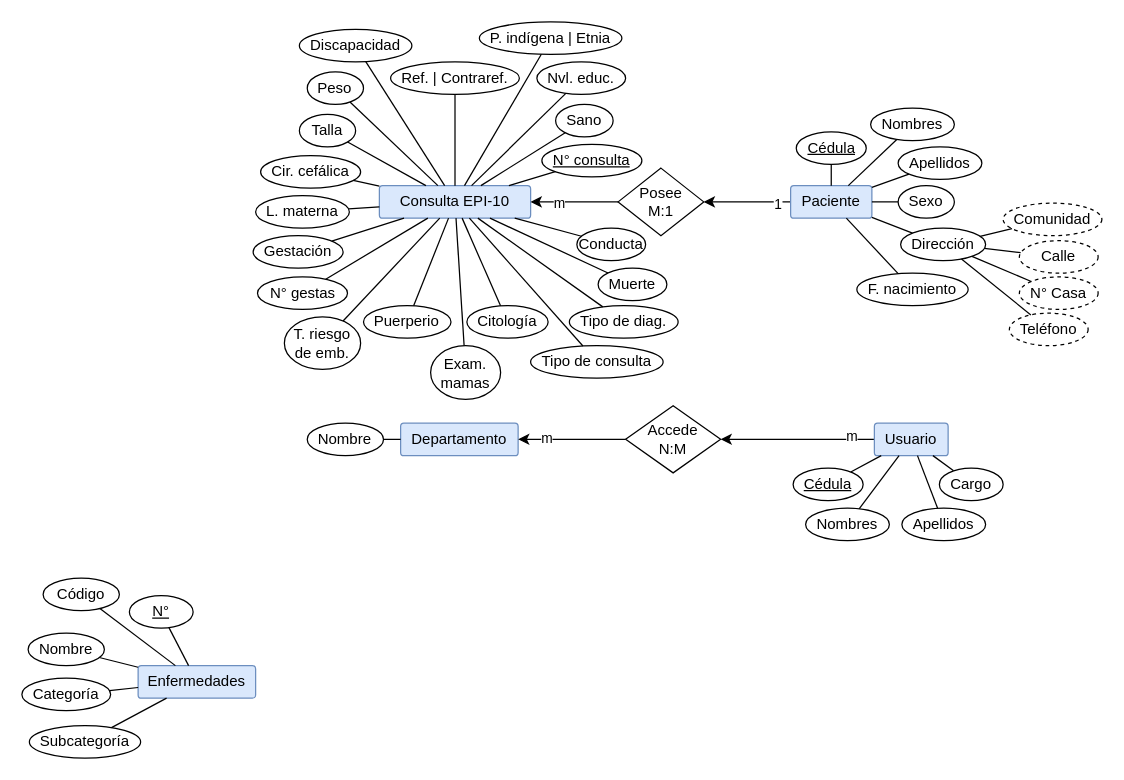
This is docs/Diagramas.drawio from fadrian06/haju, a draw.io file, before an edit. Source tidied: cells renumbered, new cells numbered last; positions are measured from the earlier drawing's top-left corner, leaving out a move shared by most shapes. Both pictures are drawn from the tidied source at 125%, with x=0, y=0 at pixel (21, 21).
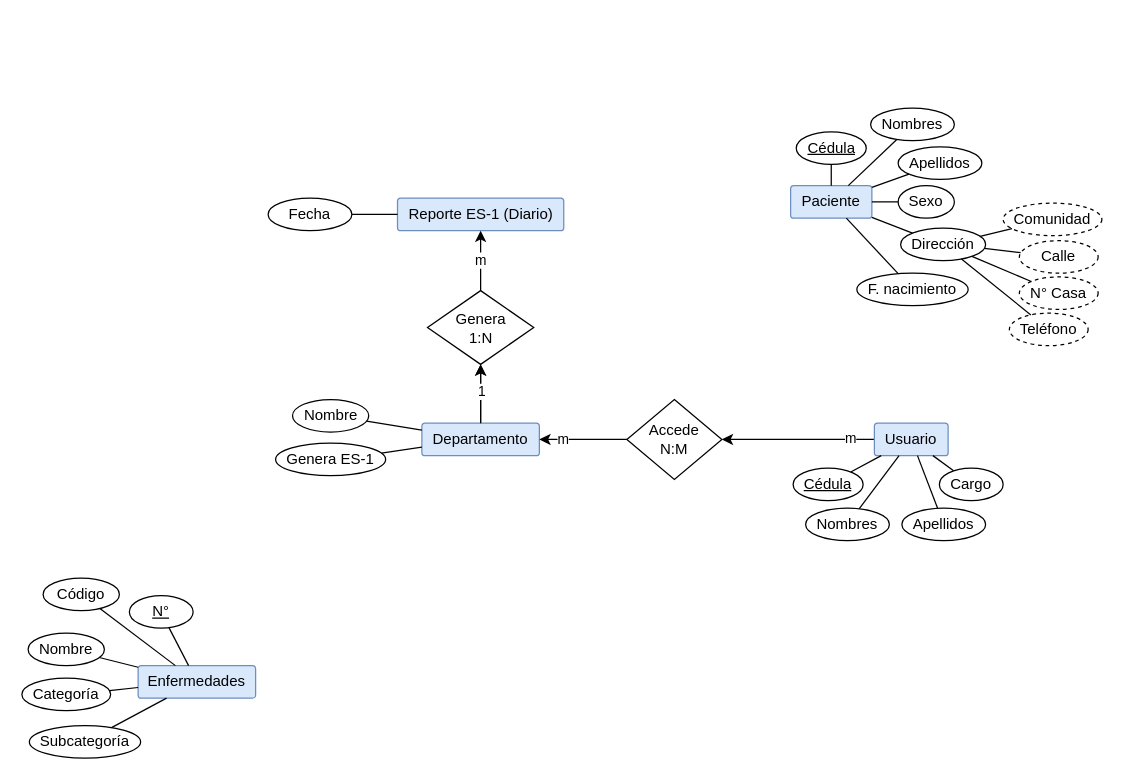
Above is the later version.

Commit message:
Añadida entidad Reporte ES-1

Unchanged cells that the change refers to:
```xml
<mxCell id="7" value="Paciente" style="rounded=1;arcSize=10;whiteSpace=wrap;html=1;align=center;fillColor=#dae8fc;strokeColor=#6c8ebf;" parent="1" vertex="1">
  <mxGeometry x="615" y="131" width="65" height="26" as="geometry" />
</mxCell>
```

Change to the diagram source:
```diff
@@
+    <mxCell id="97" style="edgeStyle=orthogonalEdgeStyle;rounded=0;jettySize=auto;html=1;" parent="1" edge="1" source="2" target="99">
+      <mxGeometry relative="1" as="geometry" />
+    </mxCell>
     <mxCell id="2" value="Departamento" style="rounded=1;arcSize=10;whiteSpace=wrap;html=1;align=center;fillColor=#dae8fc;strokeColor=#6c8ebf;" parent="1" vertex="1">
-      <mxGeometry x="303" y="321" width="94" height="26" as="geometry" />
+      <mxGeometry x="320" y="321" width="94" height="26" as="geometry" />
     </mxCell>
@@
     <mxCell id="4" value="Nombre" style="ellipse;whiteSpace=wrap;html=1;align=center;" parent="1" vertex="1">
-      <mxGeometry x="228.3" y="321" width="61" height="26" as="geometry" />
+      <mxGeometry x="216.5" y="302.1" width="61" height="26" as="geometry" />
     </mxCell>
-    <mxCell id="5" style="edgeStyle=none;rounded=0;jettySize=auto;html=1;startArrow=none;startFill=0;endArrow=classic;endFill=1;" parent="1" edge="1" source="7" target="35">
-      <mxGeometry relative="1" as="geometry" />
-    </mxCell>
-    <mxCell id="6" value="1" style="edgeLabel;html=1;align=center;verticalAlign=middle;" parent="5" vertex="1">
-      <mxGeometry x="-0.68" y="1" relative="1" as="geometry" />
-    </mxCell>
@@
     <mxCell id="29" value="Accede&lt;br&gt;N:M" style="shape=rhombus;perimeter=rhombusPerimeter;whiteSpace=wrap;html=1;align=center;" parent="1" vertex="1">
-      <mxGeometry x="483" y="307.1" width="76" height="53.7" as="geometry" />
+      <mxGeometry x="484" y="302.1" width="76" height="63.9" as="geometry" />
     </mxCell>
@@
-    <mxCell id="32" value="Consulta EPI-10" style="rounded=1;arcSize=10;whiteSpace=wrap;html=1;align=center;fillColor=#dae8fc;strokeColor=#6c8ebf;" parent="1" vertex="1">
-      <mxGeometry x="286" y="131" width="121" height="26" as="geometry" />
-    </mxCell>
-    <mxCell id="33" style="edgeStyle=none;rounded=0;jettySize=auto;html=1;startArrow=none;startFill=0;endArrow=classic;endFill=1;" parent="1" edge="1" source="35" target="32">
-      <mxGeometry relative="1" as="geometry" />
-    </mxCell>
-    <mxCell id="34" value="m" style="edgeLabel;html=1;align=center;verticalAlign=middle;" parent="33" vertex="1">
-      <mxGeometry x="0.61" y="1" relative="1" as="geometry">
-        <mxPoint x="8" y="-1" as="offset" />
-      </mxGeometry>
-    </mxCell>
-    <mxCell id="35" value="Posee&lt;br&gt;M:1" style="shape=rhombus;perimeter=rhombusPerimeter;whiteSpace=wrap;html=1;align=center;" parent="1" vertex="1">
-      <mxGeometry x="477" y="117" width="68.5" height="54" as="geometry" />
-    </mxCell>
@@
-    <mxCell id="57" value="N° consulta" style="ellipse;whiteSpace=wrap;html=1;align=center;fontStyle=4;" parent="1" vertex="1">
-      <mxGeometry x="416" y="98" width="80" height="26" as="geometry" />
-    </mxCell>
-    <mxCell id="58" style="rounded=0;jettySize=auto;html=1;endArrow=none;endFill=0;" parent="1" edge="1" source="57" target="32">
-      <mxGeometry relative="1" as="geometry" />
-    </mxCell>
-    <mxCell id="59" value="Sano" style="ellipse;whiteSpace=wrap;html=1;align=center;" parent="1" vertex="1">
-      <mxGeometry x="427" y="66" width="46" height="26" as="geometry" />
-    </mxCell>
-    <mxCell id="60" value="Nvl. educ." style="ellipse;whiteSpace=wrap;html=1;align=center;" parent="1" vertex="1">
-      <mxGeometry x="412" y="32" width="71" height="26" as="geometry" />
-    </mxCell>
-    <mxCell id="61" style="rounded=0;jettySize=auto;html=1;endArrow=none;endFill=0;" parent="1" edge="1" source="59" target="32">
-      <mxGeometry relative="1" as="geometry" />
-    </mxCell>
-    <mxCell id="62" style="rounded=0;jettySize=auto;html=1;endArrow=none;endFill=0;" parent="1" edge="1" source="60" target="32">
-      <mxGeometry relative="1" as="geometry" />
-    </mxCell>
-    <mxCell id="63" value="P. indígena | Etnia" style="ellipse;whiteSpace=wrap;html=1;align=center;" parent="1" vertex="1">
-      <mxGeometry x="366" width="114" height="26" as="geometry" />
-    </mxCell>
-    <mxCell id="64" style="rounded=0;jettySize=auto;html=1;endArrow=none;endFill=0;" parent="1" edge="1" source="63" target="32">
-      <mxGeometry relative="1" as="geometry" />
-    </mxCell>
-    <mxCell id="65" value="Ref. | Contraref." style="ellipse;whiteSpace=wrap;html=1;align=center;" parent="1" vertex="1">
-      <mxGeometry x="295" y="32" width="103" height="26" as="geometry" />
-    </mxCell>
-    <mxCell id="66" style="rounded=0;jettySize=auto;html=1;endArrow=none;endFill=0;" parent="1" edge="1" source="65" target="32">
-      <mxGeometry relative="1" as="geometry" />
-    </mxCell>
-    <mxCell id="67" value="Discapacidad" style="ellipse;whiteSpace=wrap;html=1;align=center;" parent="1" vertex="1">
-      <mxGeometry x="222" y="6" width="90" height="26" as="geometry" />
-    </mxCell>
-    <mxCell id="68" style="rounded=0;jettySize=auto;html=1;endArrow=none;endFill=0;" parent="1" edge="1" source="67" target="32">
-      <mxGeometry relative="1" as="geometry" />
-    </mxCell>
-    <mxCell id="69" value="Peso" style="ellipse;whiteSpace=wrap;html=1;align=center;" parent="1" vertex="1">
-      <mxGeometry x="228.3" y="40" width="45" height="26" as="geometry" />
-    </mxCell>
-    <mxCell id="70" style="rounded=0;jettySize=auto;html=1;endArrow=none;endFill=0;" parent="1" edge="1" source="69" target="32">
-      <mxGeometry relative="1" as="geometry" />
-    </mxCell>
-    <mxCell id="71" value="Talla" style="ellipse;whiteSpace=wrap;html=1;align=center;" parent="1" vertex="1">
-      <mxGeometry x="222" y="74" width="45" height="26" as="geometry" />
-    </mxCell>
-    <mxCell id="72" style="rounded=0;jettySize=auto;html=1;endArrow=none;endFill=0;" parent="1" edge="1" source="71" target="32">
-      <mxGeometry relative="1" as="geometry" />
-    </mxCell>
-    <mxCell id="73" value="Cir. cefálica" style="ellipse;whiteSpace=wrap;html=1;align=center;" parent="1" vertex="1">
-      <mxGeometry x="191" y="107" width="80" height="26" as="geometry" />
-    </mxCell>
-    <mxCell id="74" style="rounded=0;jettySize=auto;html=1;endArrow=none;endFill=0;" parent="1" edge="1" source="73" target="32">
-      <mxGeometry relative="1" as="geometry" />
-    </mxCell>
-    <mxCell id="75" value="L. materna" style="ellipse;whiteSpace=wrap;html=1;align=center;" parent="1" vertex="1">
-      <mxGeometry x="187" y="139" width="75" height="26" as="geometry" />
-    </mxCell>
-    <mxCell id="76" style="rounded=0;jettySize=auto;html=1;endArrow=none;endFill=0;" parent="1" edge="1" source="75" target="32">
-      <mxGeometry relative="1" as="geometry" />
-    </mxCell>
-    <mxCell id="77" value="Gestación" style="ellipse;whiteSpace=wrap;html=1;align=center;" parent="1" vertex="1">
-      <mxGeometry x="185" y="171" width="72" height="26" as="geometry" />
-    </mxCell>
-    <mxCell id="78" style="rounded=0;jettySize=auto;html=1;endArrow=none;endFill=0;" parent="1" edge="1" source="77" target="32">
-      <mxGeometry relative="1" as="geometry" />
-    </mxCell>
-    <mxCell id="79" value="N° gestas" style="ellipse;whiteSpace=wrap;html=1;align=center;" parent="1" vertex="1">
-      <mxGeometry x="188.5" y="204" width="72" height="26" as="geometry" />
-    </mxCell>
-    <mxCell id="80" style="rounded=0;jettySize=auto;html=1;endArrow=none;endFill=0;" parent="1" edge="1" source="79" target="32">
-      <mxGeometry relative="1" as="geometry" />
-    </mxCell>
-    <mxCell id="81" value="T. riesgo de emb." style="ellipse;whiteSpace=wrap;html=1;align=center;" parent="1" vertex="1">
-      <mxGeometry x="210" y="236" width="61" height="42" as="geometry" />
-    </mxCell>
-    <mxCell id="82" style="rounded=0;jettySize=auto;html=1;endArrow=none;endFill=0;" parent="1" edge="1" source="81" target="32">
-      <mxGeometry relative="1" as="geometry" />
-    </mxCell>
-    <mxCell id="83" value="Puerperio" style="ellipse;whiteSpace=wrap;html=1;align=center;" parent="1" vertex="1">
-      <mxGeometry x="273.3" y="227" width="70" height="26" as="geometry" />
-    </mxCell>
-    <mxCell id="84" style="rounded=0;jettySize=auto;html=1;endArrow=none;endFill=0;" parent="1" edge="1" source="83" target="32">
-      <mxGeometry relative="1" as="geometry" />
-    </mxCell>
-    <mxCell id="85" value="Exam. mamas" style="ellipse;whiteSpace=wrap;html=1;align=center;" parent="1" vertex="1">
-      <mxGeometry x="327" y="259" width="56" height="43" as="geometry" />
-    </mxCell>
-    <mxCell id="86" style="rounded=0;jettySize=auto;html=1;endArrow=none;endFill=0;" parent="1" edge="1" source="85" target="32">
-      <mxGeometry relative="1" as="geometry" />
-    </mxCell>
-    <mxCell id="87" value="Citología" style="ellipse;whiteSpace=wrap;html=1;align=center;" parent="1" vertex="1">
-      <mxGeometry x="356" y="227" width="65" height="26" as="geometry" />
-    </mxCell>
-    <mxCell id="88" style="rounded=0;jettySize=auto;html=1;endArrow=none;endFill=0;" parent="1" edge="1" source="87" target="32">
-      <mxGeometry relative="1" as="geometry" />
-    </mxCell>
-    <mxCell id="89" value="Tipo de consulta" style="ellipse;whiteSpace=wrap;html=1;align=center;" parent="1" vertex="1">
-      <mxGeometry x="407" y="259" width="106" height="26" as="geometry" />
-    </mxCell>
-    <mxCell id="90" style="rounded=0;jettySize=auto;html=1;endArrow=none;endFill=0;" parent="1" edge="1" source="89" target="32">
-      <mxGeometry relative="1" as="geometry" />
-    </mxCell>
-    <mxCell id="91" value="Tipo de diag." style="ellipse;whiteSpace=wrap;html=1;align=center;" parent="1" vertex="1">
-      <mxGeometry x="438" y="227" width="87" height="26" as="geometry" />
-    </mxCell>
-    <mxCell id="92" style="rounded=0;jettySize=auto;html=1;endArrow=none;endFill=0;" parent="1" edge="1" source="91" target="32">
-      <mxGeometry relative="1" as="geometry" />
-    </mxCell>
-    <mxCell id="93" value="Muerte" style="ellipse;whiteSpace=wrap;html=1;align=center;" parent="1" vertex="1">
-      <mxGeometry x="461" y="197" width="55" height="26" as="geometry" />
-    </mxCell>
-    <mxCell id="94" style="rounded=0;jettySize=auto;html=1;endArrow=none;endFill=0;" parent="1" edge="1" source="93" target="32">
-      <mxGeometry relative="1" as="geometry" />
-    </mxCell>
-    <mxCell id="95" value="Conducta" style="ellipse;whiteSpace=wrap;html=1;align=center;" parent="1" vertex="1">
-      <mxGeometry x="444" y="165" width="55" height="26" as="geometry" />
-    </mxCell>
-    <mxCell id="96" style="rounded=0;jettySize=auto;html=1;endArrow=none;endFill=0;" parent="1" edge="1" source="95" target="32">
-      <mxGeometry relative="1" as="geometry" />
-    </mxCell>
+    <mxCell id="98" value="Reporte ES-1 (Diario)" style="rounded=1;arcSize=10;whiteSpace=wrap;html=1;align=center;fillColor=#dae8fc;strokeColor=#6c8ebf;" parent="1" vertex="1">
+      <mxGeometry x="300.5" y="141" width="133" height="26" as="geometry" />
+    </mxCell>
+    <mxCell id="34" value="m" style="edgeStyle=orthogonalEdgeStyle;rounded=0;jettySize=auto;html=1;" parent="1" edge="1" source="99" target="98">
+      <mxGeometry relative="1" as="geometry" />
+    </mxCell>
+    <mxCell id="99" value="Genera&lt;br&gt;1:N" style="shape=rhombus;perimeter=rhombusPerimeter;whiteSpace=wrap;html=1;align=center;" parent="1" vertex="1">
+      <mxGeometry x="324.5" y="215" width="85" height="59" as="geometry" />
+    </mxCell>
+    <mxCell id="100" value="Genera ES-1" style="ellipse;whiteSpace=wrap;html=1;align=center;" parent="1" vertex="1">
+      <mxGeometry x="203" y="337" width="88" height="26" as="geometry" />
+    </mxCell>
+    <mxCell id="101" style="rounded=0;jettySize=auto;html=1;endArrow=none;endFill=0;" parent="1" edge="1" source="100" target="2">
+      <mxGeometry relative="1" as="geometry" />
+    </mxCell>
+    <mxCell id="102" style="edgeStyle=none;rounded=0;jettySize=auto;html=1;startArrow=none;startFill=0;endArrow=classic;endFill=1;" parent="1" edge="1" source="2" target="99">
+      <mxGeometry relative="1" as="geometry" />
+    </mxCell>
+    <mxCell id="6" value="1" style="edgeLabel;html=1;align=center;verticalAlign=middle;" parent="102" vertex="1">
+      <mxGeometry x="0.48" y="-1" relative="1" as="geometry">
+        <mxPoint x="-1" y="9" as="offset" />
+      </mxGeometry>
+    </mxCell>
+    <mxCell id="103" value="Fecha" style="ellipse;whiteSpace=wrap;html=1;align=center;" parent="1" vertex="1">
+      <mxGeometry x="197" y="141" width="67" height="26" as="geometry" />
+    </mxCell>
+    <mxCell id="104" style="edgeStyle=none;rounded=0;jettySize=auto;html=1;endArrow=none;endFill=0;" parent="1" edge="1" source="103" target="98">
+      <mxGeometry relative="1" as="geometry" />
+    </mxCell>
```
